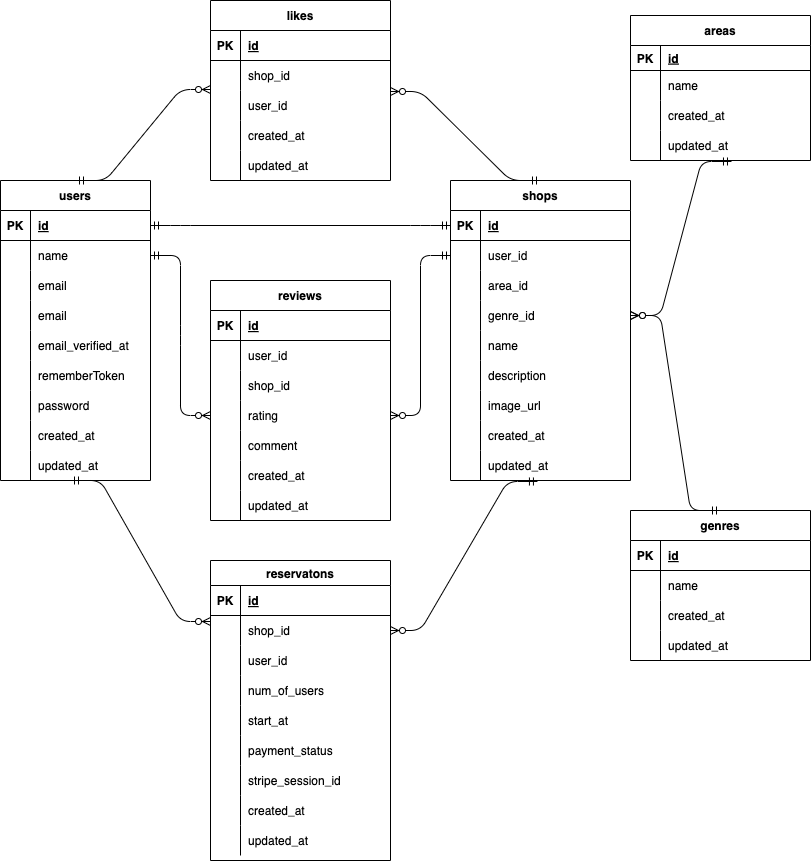
hiroseryo/reservation-service keeps this draw.io diagram as laravel-project/index.drawio.png. Above is the earlier version. Source tidied: cells renumbered, new cells last; positions are measured from the earlier drawing's top-left corner, leaving out a move shared by most shapes.
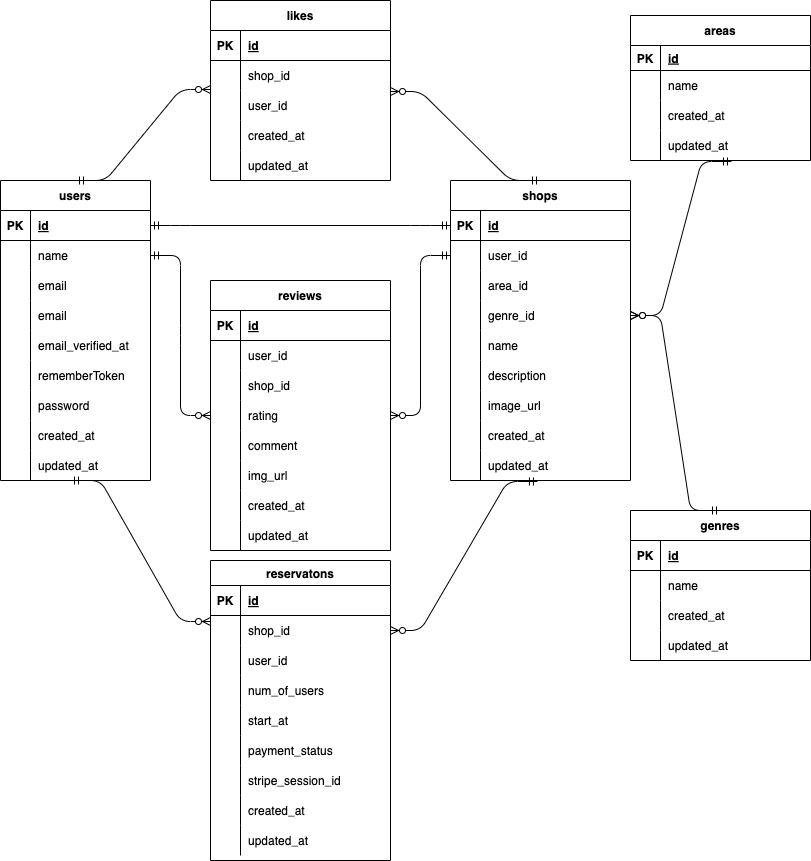
The same diagram one commit later.

Diff of the diagram source:
```diff
@@ -219,7 +219,7 @@
       <mxGeometry x="30" width="150" height="30" as="geometry" />
     </mxCell>
     <mxCell id="74" value="reviews" style="shape=table;startSize=30;rowLines=0;fontStyle=1;align=center;" parent="1" vertex="1">
-      <mxGeometry x="210" y="280" width="180" height="240" as="geometry" />
+      <mxGeometry x="210" y="280" width="180" height="270" as="geometry" />
     </mxCell>
     <mxCell id="75" style="shape=tableRow;horizontal=0;startSize=0;swimlaneHead=0;swimlaneBody=0;fillColor=none;top=0;left=0;right=0;bottom=1;" parent="74" vertex="1">
       <mxGeometry y="30" width="180" height="30" as="geometry" />
@@ -266,8 +266,17 @@
     <mxCell id="89" value="comment" style="shape=partialRectangle;fillColor=none;top=0;left=0;bottom=0;right=0;align=left;spacingLeft=6;overflow=hidden;" parent="87" vertex="1">
       <mxGeometry x="30" width="150" height="30" as="geometry" />
     </mxCell>
+    <mxCell id="159" style="shape=tableRow;horizontal=0;startSize=0;swimlaneHead=0;swimlaneBody=0;fillColor=none;top=0;left=0;right=0;bottom=0;" parent="74" vertex="1">
+      <mxGeometry y="180" width="180" height="30" as="geometry" />
+    </mxCell>
+    <mxCell id="160" style="shape=partialRectangle;fillColor=none;top=0;left=0;bottom=0;right=0;overflow=hidden;" parent="159" vertex="1">
+      <mxGeometry width="30" height="30" as="geometry" />
+    </mxCell>
+    <mxCell id="161" value="img_url" style="shape=partialRectangle;fillColor=none;top=0;left=0;bottom=0;right=0;align=left;spacingLeft=6;overflow=hidden;" parent="159" vertex="1">
+      <mxGeometry x="30" width="150" height="30" as="geometry" />
+    </mxCell>
     <mxCell id="90" style="shape=tableRow;horizontal=0;startSize=0;swimlaneHead=0;swimlaneBody=0;fillColor=none;top=0;left=0;right=0;bottom=0;" parent="74" vertex="1">
-      <mxGeometry y="180" width="180" height="30" as="geometry" />
+      <mxGeometry y="210" width="180" height="30" as="geometry" />
     </mxCell>
     <mxCell id="91" style="shape=partialRectangle;fillColor=none;top=0;left=0;bottom=0;right=0;overflow=hidden;" parent="90" vertex="1">
       <mxGeometry width="30" height="30" as="geometry" />
@@ -276,7 +285,7 @@
       <mxGeometry x="30" width="150" height="30" as="geometry" />
     </mxCell>
     <mxCell id="93" style="shape=tableRow;horizontal=0;startSize=0;swimlaneHead=0;swimlaneBody=0;fillColor=none;top=0;left=0;right=0;bottom=0;" parent="74" vertex="1">
-      <mxGeometry y="210" width="180" height="30" as="geometry" />
+      <mxGeometry y="240" width="180" height="30" as="geometry" />
     </mxCell>
     <mxCell id="94" style="shape=partialRectangle;fillColor=none;top=0;left=0;bottom=0;right=0;overflow=hidden;" parent="93" vertex="1">
       <mxGeometry width="30" height="30" as="geometry" />
```
